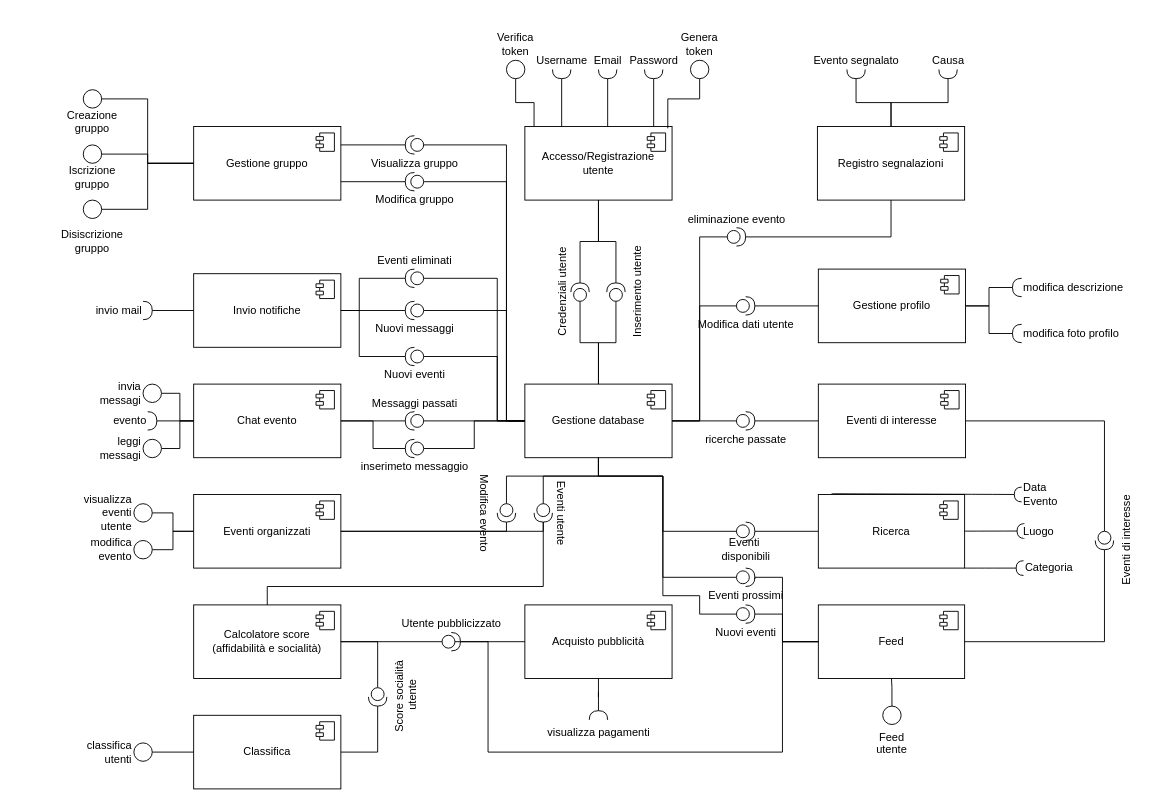
The draw.io diagram docs/component_diagram.drawio in SamueleFacenda/activitn, before the edit. Source tidied: cells renumbered, new cells numbered last; positions are measured from the earlier drawing's top-left corner, leaving out a move shared by most shapes. Both pictures are drawn from the tidied source at 92%, with x=0, y=0 at pixel (64, 60).
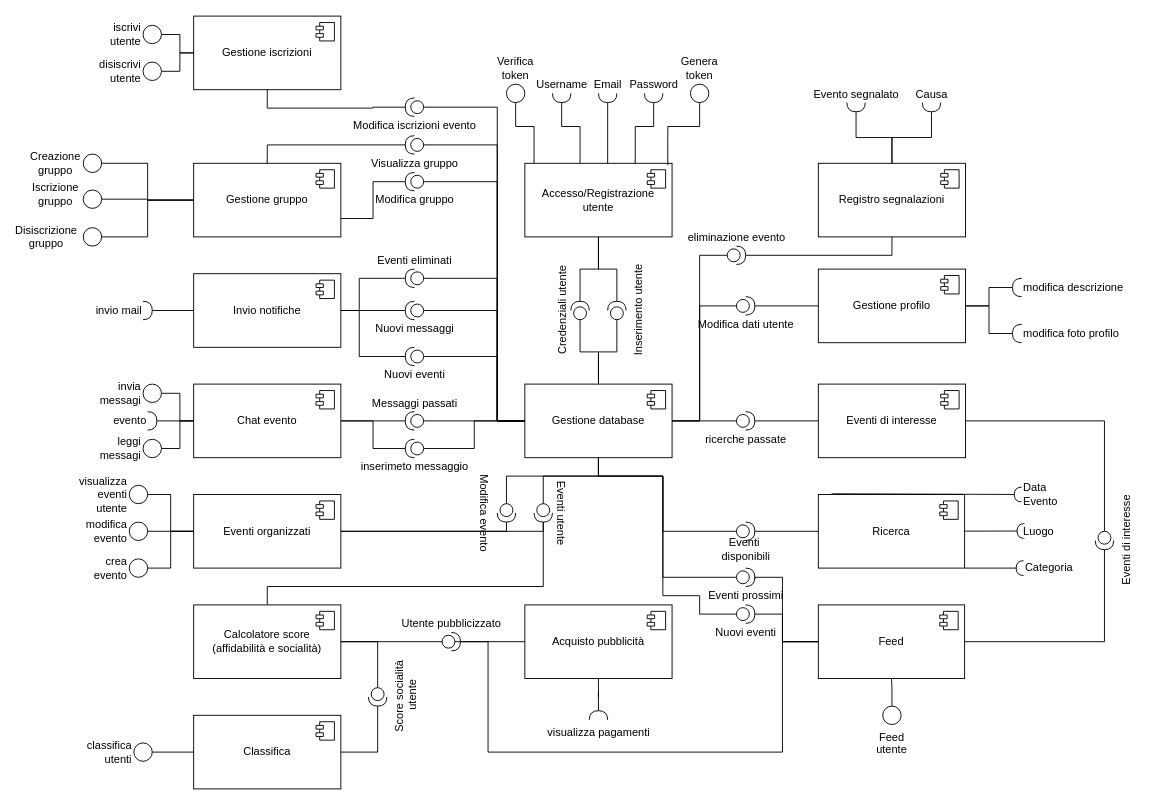
The same diagram, later.

Commit message:
docs: add subscribtions management component to component diagram

Unchanged cells that the change refers to:
```xml
<mxCell id="4" value="Gestione database" style="html=1;whiteSpace=wrap;" parent="1" vertex="1">
  <mxGeometry x="500" y="352" width="160" height="80" as="geometry" />
</mxCell>
<mxCell id="19" value="Eventi organizzati" style="html=1;whiteSpace=wrap;" parent="1" vertex="1">
  <mxGeometry x="140" y="472" width="160" height="80" as="geometry" />
</mxCell>
<mxCell id="62" value="Visualizza gruppo" style="shape=providedRequiredInterface;html=1;verticalLabelPosition=bottom;sketch=0;rotation=0;direction=west;" parent="1" vertex="1">
  <mxGeometry x="370" y="82" width="20" height="20" as="geometry" />
</mxCell>
<mxCell id="74" value="Nuovi messaggi" style="shape=providedRequiredInterface;html=1;verticalLabelPosition=bottom;sketch=0;flipH=1;" parent="1" vertex="1">
  <mxGeometry x="370" y="262" width="20" height="20" as="geometry" />
</mxCell>
<mxCell id="101" value="Modifica gruppo" style="shape=providedRequiredInterface;html=1;verticalLabelPosition=bottom;sketch=0;rotation=0;direction=west;" parent="1" vertex="1">
  <mxGeometry x="370" y="122" width="20" height="20" as="geometry" />
</mxCell>
```

What changed in the source:
```diff
@@
     <mxCell id="2" value="Accesso/Registrazione&lt;div&gt;utente&lt;/div&gt;" style="html=1;whiteSpace=wrap;" parent="1" vertex="1">
-      <mxGeometry x="500" y="72" width="160" height="80" as="geometry" />
+      <mxGeometry x="500" y="112" width="160" height="80" as="geometry" />
     </mxCell>
@@
     <mxCell id="23" value="Gestione gruppo" style="html=1;whiteSpace=wrap;" parent="1" vertex="1">
-      <mxGeometry x="140" y="72" width="160" height="80" as="geometry" />
+      <mxGeometry x="140" y="112" width="160" height="80" as="geometry" />
     </mxCell>
@@
     <mxCell id="46" value="Inserimento utente" style="shape=providedRequiredInterface;html=1;verticalLabelPosition=bottom;sketch=0;rotation=-90;labelPosition=center;align=center;verticalAlign=top;" parent="1" vertex="1">
-      <mxGeometry x="589" y="242" width="20" height="20" as="geometry" />
+      <mxGeometry x="590" y="262" width="20" height="20" as="geometry" />
     </mxCell>
@@
     <mxCell id="50" value="Credenziali utente" style="shape=providedRequiredInterface;html=1;verticalLabelPosition=top;sketch=0;rotation=-90;labelPosition=center;align=center;verticalAlign=bottom;" parent="1" vertex="1">
-      <mxGeometry x="550" y="242" width="20" height="20" as="geometry" />
+      <mxGeometry x="550" y="262" width="20" height="20" as="geometry" />
     </mxCell>
@@
     <mxCell id="63" style="edgeStyle=orthogonalEdgeStyle;rounded=0;jettySize=auto;html=1;endArrow=none;endFill=0;" parent="1" edge="1" source="62" target="4">
       <mxGeometry relative="1" as="geometry">
         <Array as="points">
-          <mxPoint x="480" y="92" />
-          <mxPoint x="480" y="392" />
+          <mxPoint x="470" y="92" />
+          <mxPoint x="470" y="392" />
         </Array>
       </mxGeometry>
     </mxCell>
@@
     <mxCell id="73" style="edgeStyle=orthogonalEdgeStyle;rounded=0;jettySize=auto;html=1;exitX=0;exitY=0.5;exitDx=0;exitDy=0;exitPerimeter=0;endArrow=none;endFill=0;" parent="1" edge="1" source="74" target="4">
       <mxGeometry relative="1" as="geometry">
         <Array as="points">
-          <mxPoint x="480" y="272" />
-          <mxPoint x="480" y="392" />
+          <mxPoint x="470" y="272" />
+          <mxPoint x="470" y="392" />
         </Array>
       </mxGeometry>
     </mxCell>
@@
     <mxCell id="76" value="Email" style="shape=requiredInterface;html=1;verticalLabelPosition=top;sketch=0;direction=south;labelPosition=center;align=center;verticalAlign=bottom;" parent="1" vertex="1">
-      <mxGeometry x="580" y="10" width="20" height="10" as="geometry" />
+      <mxGeometry x="580" y="36" width="20" height="10" as="geometry" />
     </mxCell>
@@
     <mxCell id="78" value="Password" style="shape=requiredInterface;html=1;verticalLabelPosition=top;sketch=0;direction=south;labelPosition=center;align=center;verticalAlign=bottom;" parent="1" vertex="1">
-      <mxGeometry x="630" y="10" width="20" height="10" as="geometry" />
+      <mxGeometry x="630" y="36" width="20" height="10" as="geometry" />
     </mxCell>
@@
     <mxCell id="80" value="Username" style="shape=requiredInterface;html=1;verticalLabelPosition=top;sketch=0;direction=south;labelPosition=center;align=center;verticalAlign=bottom;" parent="1" vertex="1">
-      <mxGeometry x="530" y="10" width="20" height="10" as="geometry" />
+      <mxGeometry x="530" y="36" width="20" height="10" as="geometry" />
     </mxCell>
@@
     <mxCell id="86" style="edgeStyle=orthogonalEdgeStyle;rounded=0;jettySize=auto;html=1;endArrow=none;endFill=0;" parent="1" edge="1" source="87" target="23">
       <mxGeometry relative="1" as="geometry">
         <Array as="points">
-          <mxPoint x="90" y="42" />
           <mxPoint x="90" y="112" />
+          <mxPoint x="90" y="152" />
         </Array>
       </mxGeometry>
     </mxCell>
-    <mxCell id="87" style="ellipse;whiteSpace=wrap;html=1;" parent="1" vertex="1">
-      <mxGeometry x="20" y="32" width="20" height="20" as="geometry" />
+    <mxCell id="87" style="ellipse;whiteSpace=wrap;html=1;labelPosition=left;verticalLabelPosition=middle;align=right;verticalAlign=middle;" parent="1" vertex="1">
+      <mxGeometry x="20" y="102" width="20" height="20" as="geometry" />
     </mxCell>
@@
     <mxCell id="89" style="ellipse;whiteSpace=wrap;html=1;" parent="1" vertex="1">
-      <mxGeometry x="20" y="92" width="20" height="20" as="geometry" />
+      <mxGeometry x="20" y="141" width="20" height="20" as="geometry" />
     </mxCell>
     <mxCell id="90" value="Creazione gruppo" style="text;html=1;align=center;verticalAlign=middle;whiteSpace=wrap;rounded=0;" parent="1" vertex="1">
-      <mxGeometry y="52" width="60" height="30" as="geometry" />
+      <mxGeometry x="-40" y="97" width="60" height="30" as="geometry" />
     </mxCell>
     <mxCell id="91" value="Iscrizione gruppo" style="text;html=1;align=center;verticalAlign=middle;whiteSpace=wrap;rounded=0;" parent="1" vertex="1">
-      <mxGeometry y="112" width="60" height="30" as="geometry" />
+      <mxGeometry x="-40" y="131" width="60" height="30" as="geometry" />
     </mxCell>
     <mxCell id="92" style="edgeStyle=orthogonalEdgeStyle;rounded=0;jettySize=auto;html=1;endArrow=none;endFill=0;" parent="1" edge="1" source="93" target="23">
-      <mxGeometry relative="1" as="geometry" />
+      <mxGeometry relative="1" as="geometry">
+        <Array as="points">
+          <mxPoint x="90" y="192" />
+          <mxPoint x="90" y="152" />
+        </Array>
+      </mxGeometry>
     </mxCell>
     <mxCell id="93" style="ellipse;whiteSpace=wrap;html=1;" parent="1" vertex="1">
-      <mxGeometry x="20" y="152" width="20" height="20" as="geometry" />
+      <mxGeometry x="20" y="182" width="20" height="20" as="geometry" />
     </mxCell>
     <mxCell id="94" value="Disiscrizione&lt;div&gt;gruppo&lt;/div&gt;" style="text;html=1;align=center;verticalAlign=middle;whiteSpace=wrap;rounded=0;" parent="1" vertex="1">
-      <mxGeometry y="182" width="60" height="30" as="geometry" />
+      <mxGeometry x="-50" y="177" width="60" height="30" as="geometry" />
     </mxCell>
@@
     <mxCell id="100" style="edgeStyle=orthogonalEdgeStyle;rounded=0;jettySize=auto;html=1;exitX=0;exitY=0.5;exitDx=0;exitDy=0;exitPerimeter=0;endArrow=none;endFill=0;" parent="1" edge="1" source="101" target="4">
       <mxGeometry relative="1" as="geometry">
         <Array as="points">
-          <mxPoint x="480" y="132" />
-          <mxPoint x="480" y="392" />
+          <mxPoint x="470" y="132" />
+          <mxPoint x="470" y="392" />
         </Array>
       </mxGeometry>
     </mxCell>
@@
     <mxCell id="113" value="modifica evento" style="ellipse;whiteSpace=wrap;html=1;labelPosition=left;verticalLabelPosition=middle;align=right;verticalAlign=middle;" parent="1" vertex="1">
-      <mxGeometry x="75" y="522" width="20" height="20" as="geometry" />
+      <mxGeometry x="70" y="502" width="20" height="20" as="geometry" />
     </mxCell>
@@
     <mxCell id="115" value="visualizza eventi utente" style="ellipse;whiteSpace=wrap;html=1;labelPosition=left;verticalLabelPosition=middle;align=right;verticalAlign=middle;" parent="1" vertex="1">
-      <mxGeometry x="75" y="482" width="20" height="20" as="geometry" />
+      <mxGeometry x="70" y="462" width="20" height="20" as="geometry" />
     </mxCell>
@@
     <mxCell id="118" value="Verifica token" style="ellipse;whiteSpace=wrap;html=1;labelPosition=center;verticalLabelPosition=top;align=center;verticalAlign=bottom;" parent="1" vertex="1">
-      <mxGeometry x="480" width="20" height="20" as="geometry" />
+      <mxGeometry x="480" y="26" width="20" height="20" as="geometry" />
     </mxCell>
     <mxCell id="119" style="edgeStyle=orthogonalEdgeStyle;rounded=0;jettySize=auto;html=1;endArrow=none;endFill=0;" parent="1" edge="1" source="118" target="2">
       <mxGeometry relative="1" as="geometry">
         <Array as="points">
-          <mxPoint x="490" y="46" />
-          <mxPoint x="510" y="46" />
+          <mxPoint x="490" y="72" />
+          <mxPoint x="510" y="72" />
         </Array>
       </mxGeometry>
     </mxCell>
     <mxCell id="120" value="Genera token" style="ellipse;whiteSpace=wrap;html=1;labelPosition=center;verticalLabelPosition=top;align=center;verticalAlign=bottom;" parent="1" vertex="1">
-      <mxGeometry x="680" width="20" height="20" as="geometry" />
+      <mxGeometry x="680" y="26" width="20" height="20" as="geometry" />
     </mxCell>
     <mxCell id="121" style="edgeStyle=orthogonalEdgeStyle;rounded=0;jettySize=auto;html=1;entryX=0.971;entryY=0.025;entryDx=0;entryDy=0;entryPerimeter=0;endArrow=none;endFill=0;" parent="1" edge="1" source="120" target="2">
       <mxGeometry relative="1" as="geometry">
         <Array as="points">
-          <mxPoint x="690" y="42" />
-          <mxPoint x="655" y="42" />
+          <mxPoint x="690" y="72" />
+          <mxPoint x="655" y="72" />
         </Array>
       </mxGeometry>
     </mxCell>
@@
     <mxCell id="128" value="Registro segnalazioni" style="html=1;whiteSpace=wrap;" parent="1" vertex="1">
-      <mxGeometry x="818" y="72" width="160" height="80" as="geometry" />
+      <mxGeometry x="819" y="112" width="160" height="80" as="geometry" />
     </mxCell>
@@
     <mxCell id="131" value="Evento segnalato" style="shape=requiredInterface;html=1;verticalLabelPosition=top;sketch=0;direction=south;labelPosition=center;align=center;verticalAlign=bottom;" parent="1" vertex="1">
-      <mxGeometry x="850" y="10" width="20" height="10" as="geometry" />
+      <mxGeometry x="850" y="46" width="20" height="10" as="geometry" />
     </mxCell>
@@
     <mxCell id="134" value="eliminazione evento" style="shape=providedRequiredInterface;html=1;verticalLabelPosition=top;sketch=0;labelPosition=center;align=center;verticalAlign=bottom;" parent="1" vertex="1">
-      <mxGeometry x="720" y="182" width="20" height="20" as="geometry" />
+      <mxGeometry x="720" y="202" width="20" height="20" as="geometry" />
     </mxCell>
@@
     <mxCell id="136" value="Causa" style="shape=requiredInterface;html=1;verticalLabelPosition=top;sketch=0;direction=south;labelPosition=center;align=center;verticalAlign=bottom;" parent="1" vertex="1">
-      <mxGeometry x="950" y="10" width="20" height="10" as="geometry" />
+      <mxGeometry x="932" y="46" width="20" height="10" as="geometry" />
     </mxCell>
@@
+    <mxCell id="142" style="edgeStyle=orthogonalEdgeStyle;rounded=0;jettySize=auto;html=1;entryX=0;entryY=0.5;entryDx=0;entryDy=0;endArrow=none;endFill=0;" parent="1" edge="1" source="143" target="19">
+      <mxGeometry relative="1" as="geometry" />
+    </mxCell>
+    <mxCell id="143" value="crea evento" style="ellipse;whiteSpace=wrap;html=1;labelPosition=left;verticalLabelPosition=middle;align=right;verticalAlign=middle;" parent="1" vertex="1">
+      <mxGeometry x="70" y="542" width="20" height="20" as="geometry" />
+    </mxCell>
+    <mxCell id="144" value="Gestione iscrizioni" style="html=1;whiteSpace=wrap;" parent="1" vertex="1">
+      <mxGeometry x="140" y="-48" width="160" height="80" as="geometry" />
+    </mxCell>
+    <mxCell id="145" style="shape=module;jettyWidth=8;jettyHeight=4;" parent="144" vertex="1">
+      <mxGeometry x="1" width="20" height="20" relative="1" as="geometry">
+        <mxPoint x="-27" y="7" as="offset" />
+      </mxGeometry>
+    </mxCell>
+    <mxCell id="146" style="edgeStyle=orthogonalEdgeStyle;rounded=0;jettySize=auto;html=1;entryX=0;entryY=0.5;entryDx=0;entryDy=0;endArrow=none;endFill=0;" parent="1" edge="1" source="148" target="4">
+      <mxGeometry relative="1" as="geometry">
+        <Array as="points">
+          <mxPoint x="470" y="51" />
+          <mxPoint x="470" y="392" />
+        </Array>
+      </mxGeometry>
+    </mxCell>
+    <mxCell id="147" style="edgeStyle=orthogonalEdgeStyle;rounded=0;jettySize=auto;html=1;endArrow=none;endFill=0;" parent="1" edge="1" source="148" target="144">
+      <mxGeometry relative="1" as="geometry" />
+    </mxCell>
+    <mxCell id="148" value="Modifica iscrizioni evento" style="shape=providedRequiredInterface;html=1;verticalLabelPosition=bottom;sketch=0;rotation=0;direction=west;" parent="1" vertex="1">
+      <mxGeometry x="370" y="41" width="20" height="20" as="geometry" />
+    </mxCell>
+    <mxCell id="149" style="edgeStyle=orthogonalEdgeStyle;rounded=0;jettySize=auto;html=1;endArrow=none;endFill=0;" parent="1" edge="1" source="150" target="144">
+      <mxGeometry relative="1" as="geometry" />
+    </mxCell>
+    <mxCell id="150" value="iscrivi utente" style="ellipse;whiteSpace=wrap;html=1;labelPosition=left;verticalLabelPosition=middle;align=right;verticalAlign=middle;" parent="1" vertex="1">
+      <mxGeometry x="85" y="-38" width="20" height="20" as="geometry" />
+    </mxCell>
+    <mxCell id="151" style="edgeStyle=orthogonalEdgeStyle;rounded=0;jettySize=auto;html=1;entryX=0;entryY=0.5;entryDx=0;entryDy=0;endArrow=none;endFill=0;" parent="1" edge="1" source="152" target="144">
+      <mxGeometry relative="1" as="geometry" />
+    </mxCell>
+    <mxCell id="152" value="disiscrivi utente" style="ellipse;whiteSpace=wrap;html=1;labelPosition=left;verticalLabelPosition=middle;align=right;verticalAlign=middle;" parent="1" vertex="1">
+      <mxGeometry x="85" y="2" width="20" height="20" as="geometry" />
+    </mxCell>
```
